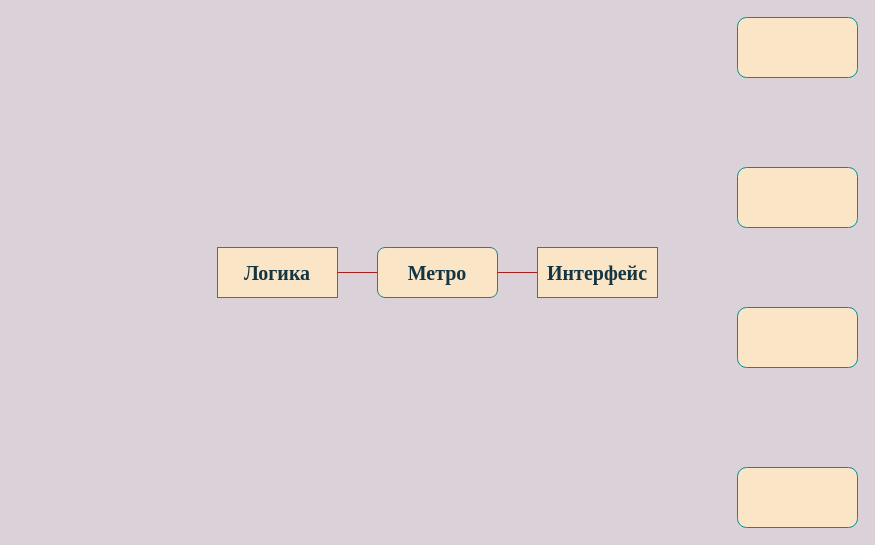
Before: Untitled Diagram.drawio in usvet/catalog, a draw.io diagram. Source tidied: cells renumbered, new cells numbered last; positions are measured from the earlier drawing's top-left corner, leaving out a move shared by most shapes. Both pictures are drawn from the tidied source at 100%, with x=0, y=0 at pixel (217, 17).
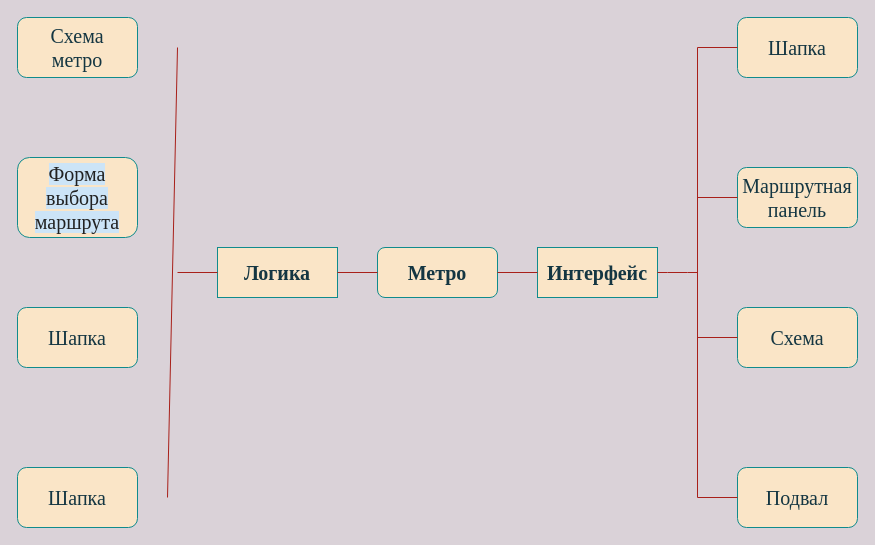
After the change.

The change refers to these unchanged cells:
```xml
<mxCell id="3" value="Интерфейс" style="rounded=0;whiteSpace=wrap;html=1;sketch=0;fontFamily=Times New Roman;fontSize=20;fontColor=#143642;strokeColor=#0F8B8D;fillColor=#FAE5C7;textDirection=ltr;fontStyle=1;" parent="1" vertex="1">
  <mxGeometry x="320" y="230" width="120" height="50" as="geometry" />
</mxCell>
<mxCell id="4" value="Логика" style="rounded=0;whiteSpace=wrap;html=1;sketch=0;fontFamily=Times New Roman;fontSize=20;fontColor=#143642;strokeColor=#0F8B8D;fillColor=#FAE5C7;textDirection=ltr;fontStyle=1;" parent="1" vertex="1">
  <mxGeometry y="230" width="120" height="50" as="geometry" />
</mxCell>
```

The edit, as a diff of the source:
```diff
@@
-    <mxCell id="7" style="rounded=1;whiteSpace=wrap;html=1;sketch=0;fontFamily=Times New Roman;fontSize=20;fontColor=#143642;strokeColor=#0F8B8D;fillColor=#FAE5C7;" parent="1" vertex="1">
+    <mxCell id="7" value="Шапка" style="rounded=1;whiteSpace=wrap;html=1;sketch=0;fontFamily=Times New Roman;fontSize=20;fontColor=#143642;strokeColor=#0F8B8D;fillColor=#FAE5C7;textDirection=ltr;" parent="1" vertex="1">
       <mxGeometry x="520" width="120" height="60" as="geometry" />
     </mxCell>
-    <mxCell id="8" style="rounded=1;whiteSpace=wrap;html=1;sketch=0;fontFamily=Times New Roman;fontSize=20;fontColor=#143642;strokeColor=#0F8B8D;fillColor=#FAE5C7;" parent="1" vertex="1">
+    <mxCell id="8" value="&lt;br&gt;Маршрутная панель&lt;br&gt;&lt;br&gt;" style="rounded=1;whiteSpace=wrap;html=1;sketch=0;fontFamily=Times New Roman;fontSize=20;fontColor=#143642;strokeColor=#0F8B8D;fillColor=#FAE5C7;" parent="1" vertex="1">
       <mxGeometry x="520" y="150" width="120" height="60" as="geometry" />
     </mxCell>
-    <mxCell id="9" style="rounded=1;whiteSpace=wrap;html=1;sketch=0;fontFamily=Times New Roman;fontSize=20;fontColor=#143642;strokeColor=#0F8B8D;fillColor=#FAE5C7;" parent="1" vertex="1">
+    <mxCell id="9" value="Схема" style="rounded=1;whiteSpace=wrap;html=1;sketch=0;fontFamily=Times New Roman;fontSize=20;fontColor=#143642;strokeColor=#0F8B8D;fillColor=#FAE5C7;" parent="1" vertex="1">
       <mxGeometry x="520" y="290" width="120" height="60" as="geometry" />
     </mxCell>
-    <mxCell id="10" style="rounded=1;whiteSpace=wrap;html=1;sketch=0;fontFamily=Times New Roman;fontSize=20;fontColor=#143642;strokeColor=#0F8B8D;fillColor=#FAE5C7;" parent="1" vertex="1">
+    <mxCell id="10" value="Подвал" style="rounded=1;whiteSpace=wrap;html=1;sketch=0;fontFamily=Times New Roman;fontSize=20;fontColor=#143642;strokeColor=#0F8B8D;fillColor=#FAE5C7;" parent="1" vertex="1">
       <mxGeometry x="520" y="450" width="120" height="60" as="geometry" />
     </mxCell>
+    <mxCell id="11" style="endArrow=none;html=1;fontFamily=Times New Roman;fontSize=20;fontColor=#143642;strokeColor=#A8201A;fillColor=#FAE5C7;exitX=1;exitY=0.5;exitDx=0;exitDy=0;" parent="1" edge="1" source="3">
+      <mxGeometry relative="1" as="geometry">
+        <mxPoint x="480" y="255" as="targetPoint" />
+        <Array as="points">
+          <mxPoint x="460" y="255" />
+        </Array>
+      </mxGeometry>
+    </mxCell>
+    <mxCell id="12" style="endArrow=none;html=1;fontFamily=Times New Roman;fontSize=20;fontColor=#143642;strokeColor=#A8201A;fillColor=#FAE5C7;" parent="1" edge="1">
+      <mxGeometry relative="1" as="geometry">
+        <mxPoint x="480" y="480" as="sourcePoint" />
+        <mxPoint x="480" y="30" as="targetPoint" />
+      </mxGeometry>
+    </mxCell>
+    <mxCell id="13" style="endArrow=none;html=1;fontFamily=Times New Roman;fontSize=20;fontColor=#143642;strokeColor=#A8201A;fillColor=#FAE5C7;exitX=0;exitY=0.5;exitDx=0;exitDy=0;" parent="1" edge="1" source="7">
+      <mxGeometry relative="1" as="geometry">
+        <mxPoint x="480" y="30" as="targetPoint" />
+      </mxGeometry>
+    </mxCell>
+    <mxCell id="14" style="endArrow=none;html=1;fontFamily=Times New Roman;fontSize=20;fontColor=#143642;strokeColor=#A8201A;fillColor=#FAE5C7;exitX=0;exitY=0.5;exitDx=0;exitDy=0;" parent="1" edge="1" source="10">
+      <mxGeometry relative="1" as="geometry">
+        <mxPoint x="480" y="480" as="targetPoint" />
+      </mxGeometry>
+    </mxCell>
+    <mxCell id="15" style="endArrow=none;html=1;fontFamily=Times New Roman;fontSize=20;fontColor=#143642;strokeColor=#A8201A;fillColor=#FAE5C7;exitX=0;exitY=0.5;exitDx=0;exitDy=0;" parent="1" edge="1" source="8">
+      <mxGeometry relative="1" as="geometry">
+        <mxPoint x="480" y="180" as="targetPoint" />
+      </mxGeometry>
+    </mxCell>
+    <mxCell id="16" style="endArrow=none;html=1;fontFamily=Times New Roman;fontSize=20;fontColor=#143642;strokeColor=#A8201A;fillColor=#FAE5C7;exitX=0;exitY=0.5;exitDx=0;exitDy=0;" parent="1" edge="1" source="9">
+      <mxGeometry relative="1" as="geometry">
+        <mxPoint x="480" y="320" as="targetPoint" />
+      </mxGeometry>
+    </mxCell>
+    <mxCell id="17" value="Схема&lt;br&gt;метро&lt;br&gt;" style="rounded=1;whiteSpace=wrap;html=1;sketch=0;fontFamily=Times New Roman;fontSize=20;fontColor=#143642;strokeColor=#0F8B8D;fillColor=#FAE5C7;textDirection=ltr;" parent="1" vertex="1">
+      <mxGeometry x="-200" width="120" height="60" as="geometry" />
+    </mxCell>
+    <mxCell id="18" value="&lt;font color=&quot;#222222&quot;&gt;&lt;span style=&quot;background-color: rgb(204 , 228 , 247)&quot;&gt;Форма&lt;br&gt;выбора &lt;br&gt;маршрута&lt;br&gt;&lt;/span&gt;&lt;/font&gt;" style="rounded=1;whiteSpace=wrap;html=1;sketch=0;fontFamily=Times New Roman;fontSize=20;fontColor=#143642;strokeColor=#0F8B8D;fillColor=#FAE5C7;textDirection=ltr;" parent="1" vertex="1">
+      <mxGeometry x="-200" y="140" width="120" height="80" as="geometry" />
+    </mxCell>
+    <mxCell id="19" value="Шапка" style="rounded=1;whiteSpace=wrap;html=1;sketch=0;fontFamily=Times New Roman;fontSize=20;fontColor=#143642;strokeColor=#0F8B8D;fillColor=#FAE5C7;textDirection=ltr;" parent="1" vertex="1">
+      <mxGeometry x="-200" y="290" width="120" height="60" as="geometry" />
+    </mxCell>
+    <mxCell id="20" value="Шапка" style="rounded=1;whiteSpace=wrap;html=1;sketch=0;fontFamily=Times New Roman;fontSize=20;fontColor=#143642;strokeColor=#0F8B8D;fillColor=#FAE5C7;textDirection=ltr;" parent="1" vertex="1">
+      <mxGeometry x="-200" y="450" width="120" height="60" as="geometry" />
+    </mxCell>
+    <mxCell id="21" style="endArrow=none;html=1;fontFamily=Times New Roman;fontSize=20;fontColor=#143642;strokeColor=#A8201A;fillColor=#FAE5C7;exitX=0;exitY=0.5;exitDx=0;exitDy=0;" parent="1" edge="1" source="4">
+      <mxGeometry relative="1" as="geometry">
+        <mxPoint x="-40" y="255" as="targetPoint" />
+      </mxGeometry>
+    </mxCell>
+    <mxCell id="22" style="endArrow=none;html=1;fontFamily=Times New Roman;fontSize=20;fontColor=#143642;strokeColor=#A8201A;fillColor=#FAE5C7;" parent="1" edge="1">
+      <mxGeometry relative="1" as="geometry">
+        <mxPoint x="-50" y="480" as="sourcePoint" />
+        <mxPoint x="-40" y="30" as="targetPoint" />
+      </mxGeometry>
+    </mxCell>
```
